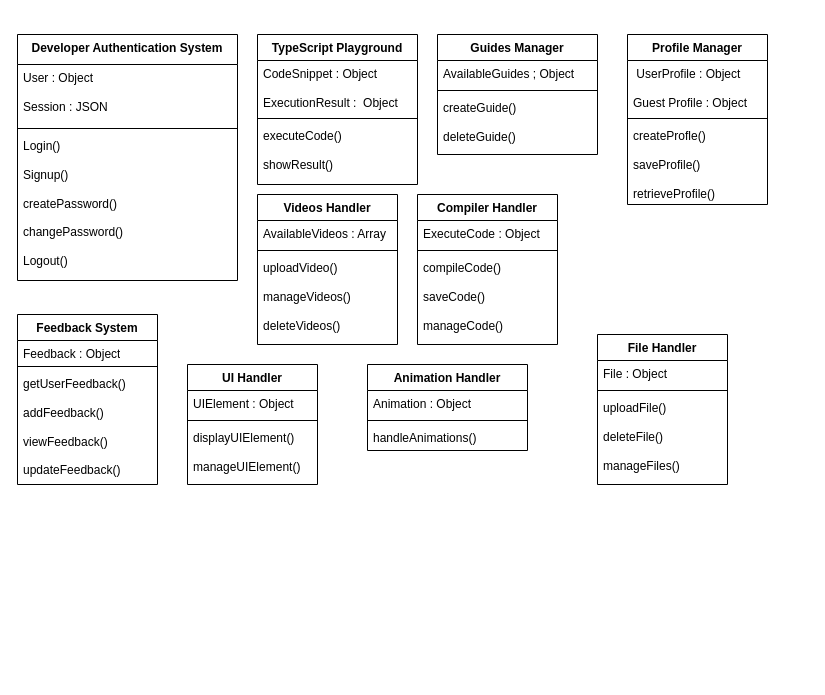
The draw.io diagram Diagram/cd.drawio in ram-0306/Mern_Stack, before the edit. Source tidied: cells renumbered, new cells numbered last; positions are measured from the earlier drawing's top-left corner, leaving out a move shared by most shapes. Both pictures are drawn from the tidied source at 100%, with x=0, y=0 at pixel (17, 34).
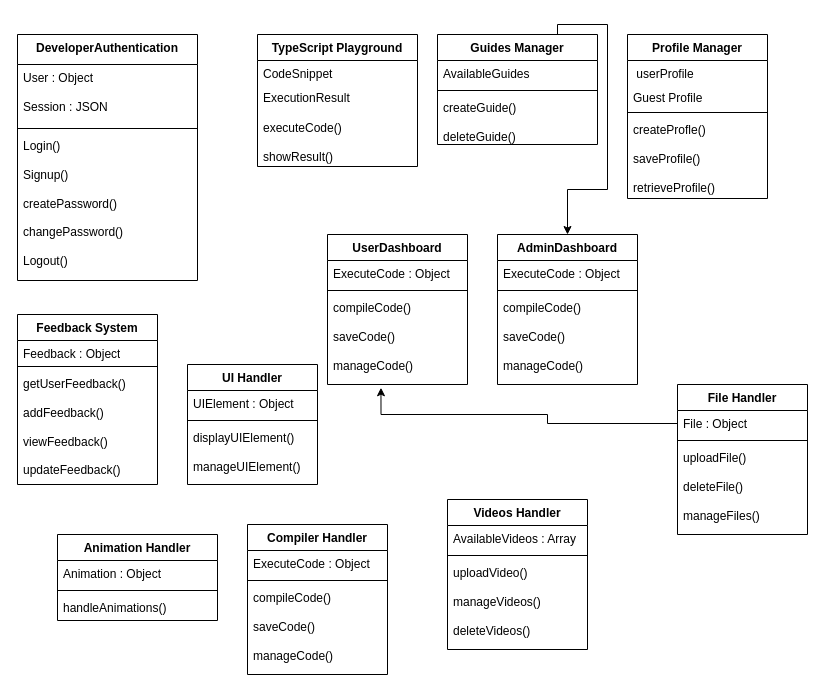
The same page after the edit.

Commit message:
class diagram

Unchanged cells that the change refers to:
```xml
<mxCell id="39" value="File : Object" style="text;strokeColor=none;fillColor=none;align=left;verticalAlign=top;spacingLeft=4;spacingRight=4;overflow=hidden;points=[[0,0.5],[1,0.5]];portConstraint=eastwest;whiteSpace=wrap;html=1;" parent="38" vertex="1">
  <mxGeometry y="26" width="130" height="26" as="geometry" />
</mxCell>
```

Change to the diagram source:
```diff
@@
-    <mxCell id="2" value="Developer Authentication System" style="swimlane;fontStyle=1;align=center;verticalAlign=top;horizontal=1;startSize=30;whiteSpace=wrap;html=1;" parent="1" vertex="1">
-      <mxGeometry width="220" height="246" as="geometry" />
+    <mxCell id="2" value="DeveloperAuthentication" style="swimlane;fontStyle=1;align=center;verticalAlign=top;horizontal=1;startSize=30;whiteSpace=wrap;html=1;" parent="1" vertex="1">
+      <mxGeometry width="180" height="246" as="geometry" />
     </mxCell>
     <mxCell id="3" value="User : Object&lt;br&gt;&lt;br&gt;Session : JSON" style="text;strokeColor=none;fillColor=none;align=left;verticalAlign=top;spacingLeft=4;spacingRight=4;overflow=hidden;whiteSpace=wrap;html=1;" parent="2" vertex="1">
-      <mxGeometry y="30" width="220" height="60" as="geometry" />
+      <mxGeometry y="30" width="180" height="60" as="geometry" />
     </mxCell>
     <mxCell id="4" style="line;strokeWidth=1;fillColor=none;align=left;verticalAlign=middle;spacingTop=-1;spacingLeft=3;spacingRight=3;labelPosition=right;strokeColor=inherit;" parent="2" vertex="1">
-      <mxGeometry y="90" width="220" height="8" as="geometry" />
+      <mxGeometry y="90" width="180" height="8" as="geometry" />
     </mxCell>
     <mxCell id="5" value="Login()&lt;br&gt;&lt;br&gt;Signup()&lt;br&gt;&lt;br&gt;createPassword()&lt;br&gt;&lt;br&gt;changePassword()&lt;br&gt;&lt;br&gt;Logout()&lt;div style=&quot;line-height: 40%;&quot;&gt;&lt;br&gt;&lt;/div&gt;" style="text;strokeColor=none;fillColor=none;align=left;verticalAlign=top;spacingLeft=4;spacingRight=4;overflow=hidden;whiteSpace=wrap;html=1;" parent="2" vertex="1">
-      <mxGeometry y="98" width="220" height="148" as="geometry" />
+      <mxGeometry y="98" width="180" height="148" as="geometry" />
     </mxCell>
     <mxCell id="6" value="TypeScript Playground" style="swimlane;fontStyle=1;align=center;verticalAlign=top;horizontal=1;startSize=26;whiteSpace=wrap;html=1;" parent="1" vertex="1">
-      <mxGeometry x="240" width="160" height="150" as="geometry" />
+      <mxGeometry x="240" width="160" height="132" as="geometry" />
     </mxCell>
-    <mxCell id="7" value="CodeSnippet : Object&lt;br&gt;&lt;br&gt;ExecutionResult :&amp;nbsp; Object" style="text;strokeColor=none;fillColor=none;align=left;verticalAlign=top;spacingLeft=4;spacingRight=4;overflow=hidden;whiteSpace=wrap;html=1;" parent="6" vertex="1">
-      <mxGeometry y="26" width="160" height="54" as="geometry" />
+    <mxCell id="7" value="CodeSnippet&amp;nbsp;" style="text;strokeColor=none;fillColor=none;align=left;verticalAlign=top;spacingLeft=4;spacingRight=4;overflow=hidden;whiteSpace=wrap;html=1;" parent="6" vertex="1">
+      <mxGeometry y="26" width="160" height="24" as="geometry" />
     </mxCell>
-    <mxCell id="8" style="line;strokeWidth=1;fillColor=none;align=left;verticalAlign=middle;spacingTop=-1;spacingLeft=3;spacingRight=3;labelPosition=right;strokeColor=inherit;" parent="6" vertex="1">
-      <mxGeometry y="80" width="160" height="8" as="geometry" />
-    </mxCell>
+    <mxCell id="42" value="ExecutionResult&amp;nbsp;" style="text;strokeColor=none;fillColor=none;align=left;verticalAlign=top;spacingLeft=4;spacingRight=4;overflow=hidden;whiteSpace=wrap;html=1;" parent="6" vertex="1">
+      <mxGeometry y="50" width="160" height="30" as="geometry" />
+    </mxCell>
     <mxCell id="9" value="executeCode()&lt;br&gt;&lt;br&gt;showResult()" style="text;strokeColor=none;fillColor=none;align=left;verticalAlign=top;spacingLeft=4;spacingRight=4;overflow=hidden;whiteSpace=wrap;html=1;" parent="6" vertex="1">
-      <mxGeometry y="88" width="160" height="62" as="geometry" />
+      <mxGeometry y="80" width="160" height="52" as="geometry" />
     </mxCell>
     <mxCell id="10" value="Videos Handler" style="swimlane;fontStyle=1;align=center;verticalAlign=top;horizontal=1;startSize=26;whiteSpace=wrap;html=1;" parent="1" vertex="1">
-      <mxGeometry x="240" y="160" width="140" height="150" as="geometry" />
+      <mxGeometry x="430" y="465" width="140" height="150" as="geometry" />
     </mxCell>
@@
     <mxCell id="14" value="Profile Manager" style="swimlane;fontStyle=1;align=center;verticalAlign=top;horizontal=1;startSize=26;whiteSpace=wrap;html=1;" parent="1" vertex="1">
-      <mxGeometry x="610" width="140" height="170" as="geometry" />
+      <mxGeometry x="610" width="140" height="164" as="geometry" />
     </mxCell>
-    <mxCell id="15" value="&amp;nbsp;UserProfile : Object&lt;br&gt;&lt;br&gt;Guest Profile : Object" style="text;strokeColor=none;fillColor=none;align=left;verticalAlign=top;spacingLeft=4;spacingRight=4;overflow=hidden;whiteSpace=wrap;html=1;" parent="14" vertex="1">
-      <mxGeometry y="26" width="140" height="54" as="geometry" />
+    <mxCell id="15" value="&amp;nbsp;userProfile" style="text;strokeColor=none;fillColor=none;align=left;verticalAlign=top;spacingLeft=4;spacingRight=4;overflow=hidden;whiteSpace=wrap;html=1;" parent="14" vertex="1">
+      <mxGeometry y="26" width="140" height="24" as="geometry" />
     </mxCell>
+    <mxCell id="43" value="Guest Profile" style="text;strokeColor=none;fillColor=none;align=left;verticalAlign=top;spacingLeft=4;spacingRight=4;overflow=hidden;whiteSpace=wrap;html=1;" parent="14" vertex="1">
+      <mxGeometry y="50" width="140" height="24" as="geometry" />
+    </mxCell>
     <mxCell id="16" style="line;strokeWidth=1;fillColor=none;align=left;verticalAlign=middle;spacingTop=-1;spacingLeft=3;spacingRight=3;labelPosition=right;strokeColor=inherit;" parent="14" vertex="1">
-      <mxGeometry y="80" width="140" height="8" as="geometry" />
+      <mxGeometry y="74" width="140" height="8" as="geometry" />
     </mxCell>
     <mxCell id="17" value="createProfle()&lt;br&gt;&lt;br&gt;saveProfile()&lt;br&gt;&lt;br&gt;retrieveProfile()" style="text;strokeColor=none;fillColor=none;align=left;verticalAlign=top;spacingLeft=4;spacingRight=4;overflow=hidden;whiteSpace=wrap;html=1;" parent="14" vertex="1">
-      <mxGeometry y="88" width="140" height="82" as="geometry" />
+      <mxGeometry y="82" width="140" height="82" as="geometry" />
     </mxCell>
+    <mxCell id="44" style="edgeStyle=orthogonalEdgeStyle;jumpStyle=none;html=1;exitX=0.75;exitY=0;exitDx=0;exitDy=0;entryX=0.5;entryY=0;entryDx=0;entryDy=0;rounded=0;" parent="1" edge="1" source="18" target="50">
+      <mxGeometry relative="1" as="geometry" />
+    </mxCell>
     <mxCell id="18" value="Guides Manager" style="swimlane;fontStyle=1;align=center;verticalAlign=top;horizontal=1;startSize=26;whiteSpace=wrap;html=1;" parent="1" vertex="1">
-      <mxGeometry x="420" width="160" height="120" as="geometry" />
+      <mxGeometry x="420" width="160" height="110" as="geometry" />
     </mxCell>
-    <mxCell id="19" value="AvailableGuides ; Object" style="text;strokeColor=none;fillColor=none;align=left;verticalAlign=top;spacingLeft=4;spacingRight=4;overflow=hidden;whiteSpace=wrap;html=1;" parent="18" vertex="1">
+    <mxCell id="19" value="AvailableGuides&amp;nbsp;" style="text;strokeColor=none;fillColor=none;align=left;verticalAlign=top;spacingLeft=4;spacingRight=4;overflow=hidden;whiteSpace=wrap;html=1;" parent="18" vertex="1">
       <mxGeometry y="26" width="160" height="26" as="geometry" />
     </mxCell>
@@
     <mxCell id="21" value="createGuide()&lt;br&gt;&lt;br&gt;deleteGuide()&lt;div&gt;&lt;br&gt;&lt;/div&gt;" style="text;strokeColor=none;fillColor=none;align=left;verticalAlign=top;spacingLeft=4;spacingRight=4;overflow=hidden;whiteSpace=wrap;html=1;" parent="18" vertex="1">
-      <mxGeometry y="60" width="160" height="60" as="geometry" />
+      <mxGeometry y="60" width="160" height="50" as="geometry" />
     </mxCell>
     <mxCell id="22" value="Compiler Handler" style="swimlane;fontStyle=1;align=center;verticalAlign=top;horizontal=1;startSize=26;whiteSpace=wrap;html=1;" parent="1" vertex="1">
-      <mxGeometry x="400" y="160" width="140" height="150" as="geometry" />
+      <mxGeometry x="230" y="490" width="140" height="150" as="geometry" />
     </mxCell>
@@
     <mxCell id="34" value="Animation Handler" style="swimlane;fontStyle=1;align=center;verticalAlign=top;horizontal=1;startSize=26;whiteSpace=wrap;html=1;" parent="1" vertex="1">
-      <mxGeometry x="350" y="330" width="160" height="86" as="geometry" />
+      <mxGeometry x="40" y="500" width="160" height="86" as="geometry" />
     </mxCell>
@@
+    <mxCell id="45" style="edgeStyle=orthogonalEdgeStyle;rounded=0;jumpStyle=none;html=1;exitX=0;exitY=0.5;exitDx=0;exitDy=0;entryX=0.382;entryY=1.036;entryDx=0;entryDy=0;entryPerimeter=0;" parent="1" edge="1" source="39" target="49">
+      <mxGeometry relative="1" as="geometry">
+        <Array as="points">
+          <mxPoint x="530" y="389" />
+          <mxPoint x="530" y="380" />
+          <mxPoint x="364" y="380" />
+        </Array>
+      </mxGeometry>
+    </mxCell>
     <mxCell id="38" value="File Handler" style="swimlane;fontStyle=1;align=center;verticalAlign=top;horizontal=1;startSize=26;whiteSpace=wrap;html=1;" parent="1" vertex="1">
-      <mxGeometry x="580" y="300" width="130" height="150" as="geometry" />
+      <mxGeometry x="660" y="350" width="130" height="150" as="geometry" />
     </mxCell>
@@
+    <mxCell id="46" value="UserDashboard" style="swimlane;fontStyle=1;align=center;verticalAlign=top;horizontal=1;startSize=26;whiteSpace=wrap;html=1;" parent="1" vertex="1">
+      <mxGeometry x="310" y="200" width="140" height="150" as="geometry" />
+    </mxCell>
+    <mxCell id="47" value="ExecuteCode : Object" style="text;strokeColor=none;fillColor=none;align=left;verticalAlign=top;spacingLeft=4;spacingRight=4;overflow=hidden;whiteSpace=wrap;html=1;" parent="46" vertex="1">
+      <mxGeometry y="26" width="140" height="26" as="geometry" />
+    </mxCell>
+    <mxCell id="48" style="line;strokeWidth=1;fillColor=none;align=left;verticalAlign=middle;spacingTop=-1;spacingLeft=3;spacingRight=3;labelPosition=right;strokeColor=inherit;" parent="46" vertex="1">
+      <mxGeometry y="52" width="140" height="8" as="geometry" />
+    </mxCell>
+    <mxCell id="49" value="compileCode()&lt;br&gt;&lt;br&gt;saveCode()&lt;br&gt;&lt;br&gt;manageCode()" style="text;strokeColor=none;fillColor=none;align=left;verticalAlign=top;spacingLeft=4;spacingRight=4;overflow=hidden;points=[[0,0.5],[1,0.5]];portConstraint=eastwest;whiteSpace=wrap;html=1;" parent="46" vertex="1">
+      <mxGeometry y="60" width="140" height="90" as="geometry" />
+    </mxCell>
+    <mxCell id="50" value="AdminDashboard" style="swimlane;fontStyle=1;align=center;verticalAlign=top;horizontal=1;startSize=26;whiteSpace=wrap;html=1;" parent="1" vertex="1">
+      <mxGeometry x="480" y="200" width="140" height="150" as="geometry" />
+    </mxCell>
+    <mxCell id="51" value="ExecuteCode : Object" style="text;strokeColor=none;fillColor=none;align=left;verticalAlign=top;spacingLeft=4;spacingRight=4;overflow=hidden;whiteSpace=wrap;html=1;" parent="50" vertex="1">
+      <mxGeometry y="26" width="140" height="26" as="geometry" />
+    </mxCell>
+    <mxCell id="52" style="line;strokeWidth=1;fillColor=none;align=left;verticalAlign=middle;spacingTop=-1;spacingLeft=3;spacingRight=3;labelPosition=right;strokeColor=inherit;" parent="50" vertex="1">
+      <mxGeometry y="52" width="140" height="8" as="geometry" />
+    </mxCell>
+    <mxCell id="53" value="compileCode()&lt;br&gt;&lt;br&gt;saveCode()&lt;br&gt;&lt;br&gt;manageCode()" style="text;strokeColor=none;fillColor=none;align=left;verticalAlign=top;spacingLeft=4;spacingRight=4;overflow=hidden;whiteSpace=wrap;html=1;" parent="50" vertex="1">
+      <mxGeometry y="60" width="140" height="90" as="geometry" />
+    </mxCell>
```
